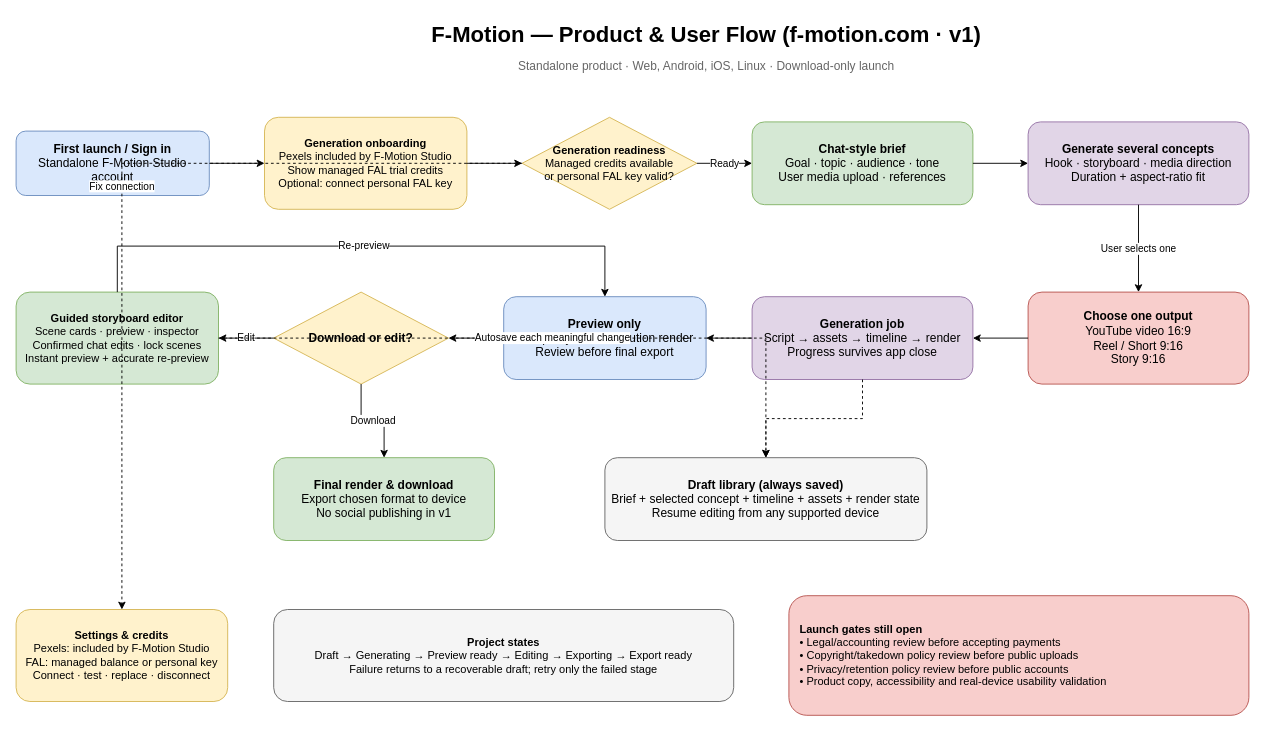
Before: page "1. Product & User Flow" (1 of 11) of docs/architecture/f-motion.drawio in ivanillka/f-motion, a draw.io diagram. Source tidied: cells renumbered, new cells numbered last; positions are measured from the earlier drawing's top-left corner, leaving out a move shared by most shapes. Both pictures are drawn from the tidied source at 92%, with x=0, y=0 at pixel (16, 16).
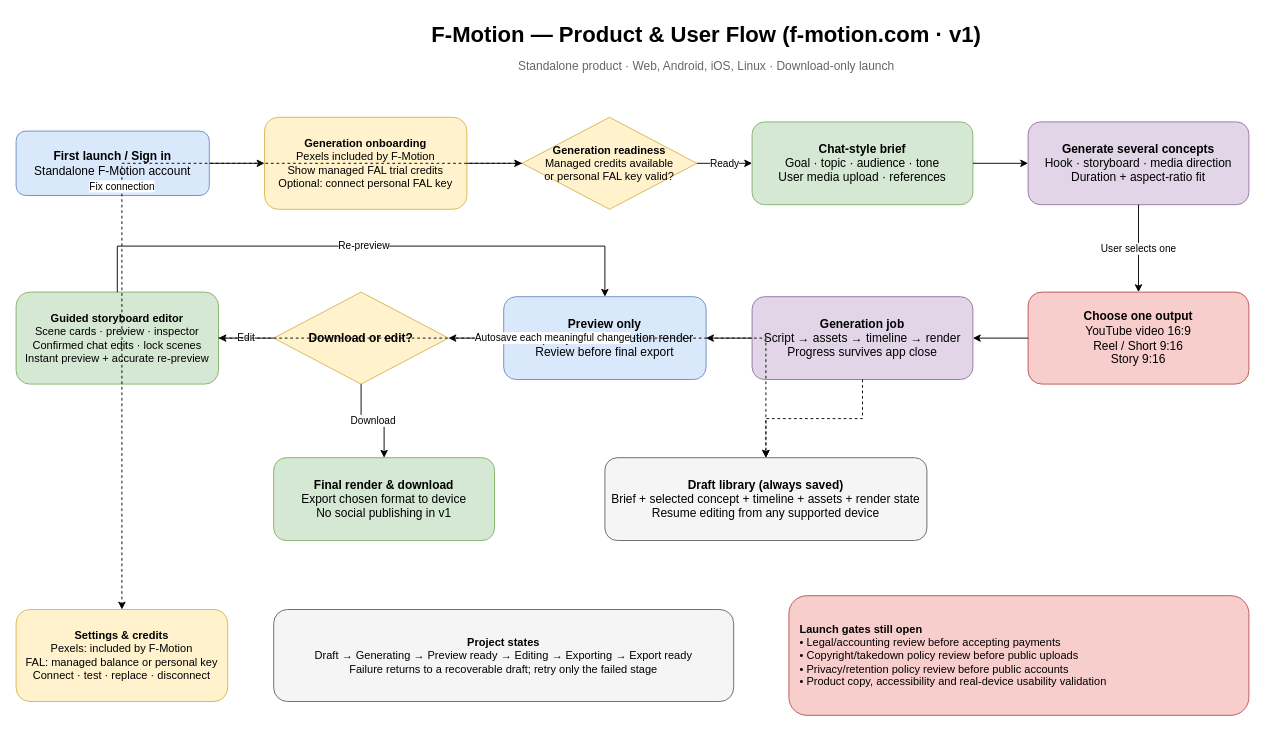
The same diagram, later.

Commit message (it also covers changes not shown here):
Refine F-Motion design gate

The edit, as a diff of the source:
```diff
@@
-    <mxCell id="4" value="&lt;b&gt;First launch / Sign in&lt;/b&gt;&lt;br&gt;Standalone F-Motion Studio account" style="rounded=1;whiteSpace=wrap;html=1;fillColor=#dae8fc;strokeColor=#6c8ebf;fontSize=13;" parent="1" vertex="1">
+    <mxCell id="4" value="&lt;b&gt;First launch / Sign in&lt;/b&gt;&lt;br&gt;Standalone F-Motion account" style="rounded=1;whiteSpace=wrap;html=1;fillColor=#dae8fc;strokeColor=#6c8ebf;fontSize=13;" parent="1" vertex="1">
       <mxGeometry y="125" width="210" height="70" as="geometry" />
     </mxCell>
-    <mxCell id="5" value="&lt;b&gt;Generation onboarding&lt;/b&gt;&lt;br&gt;Pexels included by F-Motion Studio&lt;br&gt;Show managed FAL trial credits&lt;br&gt;Optional: connect personal FAL key" style="rounded=1;whiteSpace=wrap;html=1;fillColor=#fff2cc;strokeColor=#d6b656;fontSize=12;" parent="1" vertex="1">
+    <mxCell id="5" value="&lt;b&gt;Generation onboarding&lt;/b&gt;&lt;br&gt;Pexels included by F-Motion&lt;br&gt;Show managed FAL trial credits&lt;br&gt;Optional: connect personal FAL key" style="rounded=1;whiteSpace=wrap;html=1;fillColor=#fff2cc;strokeColor=#d6b656;fontSize=12;" parent="1" vertex="1">
       <mxGeometry x="270" y="110" width="220" height="100" as="geometry" />
     </mxCell>
@@
-    <mxCell id="16" value="&lt;b&gt;Settings &amp; credits&lt;/b&gt;&lt;br&gt;Pexels: included by F-Motion Studio&lt;br&gt;FAL: managed balance or personal key&lt;br&gt;Connect · test · replace · disconnect" style="rounded=1;whiteSpace=wrap;html=1;fillColor=#fff2cc;strokeColor=#d6b656;fontSize=12;" parent="1" vertex="1">
+    <mxCell id="16" value="&lt;b&gt;Settings &amp; credits&lt;/b&gt;&lt;br&gt;Pexels: included by F-Motion&lt;br&gt;FAL: managed balance or personal key&lt;br&gt;Connect · test · replace · disconnect" style="rounded=1;whiteSpace=wrap;html=1;fillColor=#fff2cc;strokeColor=#d6b656;fontSize=12;" parent="1" vertex="1">
       <mxGeometry y="645" width="230" height="100" as="geometry" />
     </mxCell>
```
